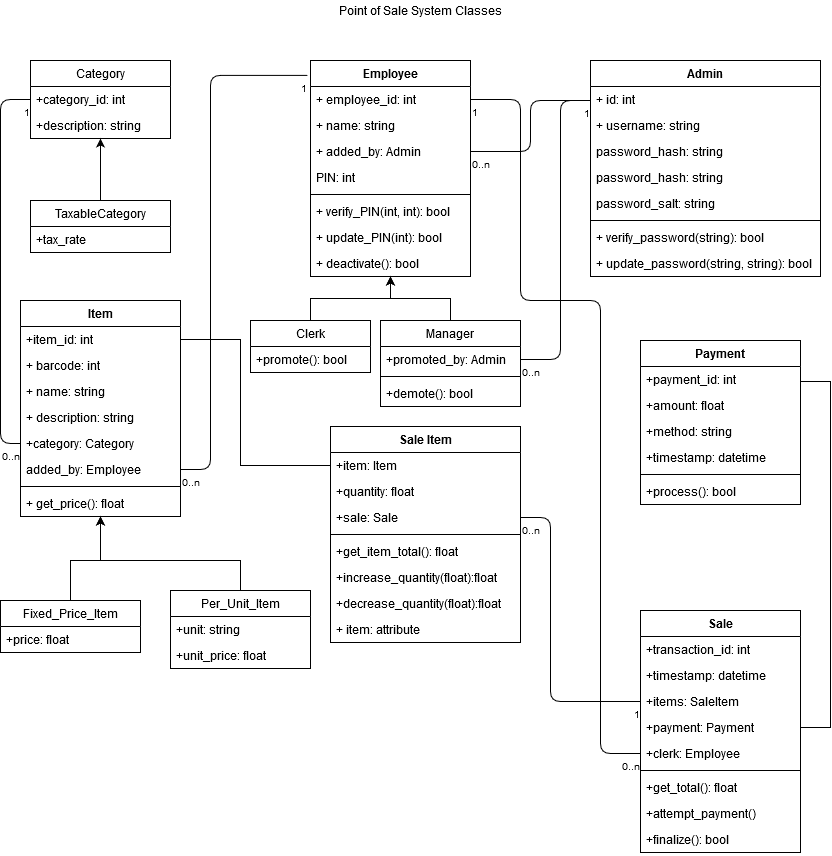
Earlier version of the draw.io export ClassDiagram.png (PJohnson9/SWDV630_POS). Source tidied: cells renumbered, new cells last; positions are measured from the earlier drawing's top-left corner, leaving out a move shared by most shapes.
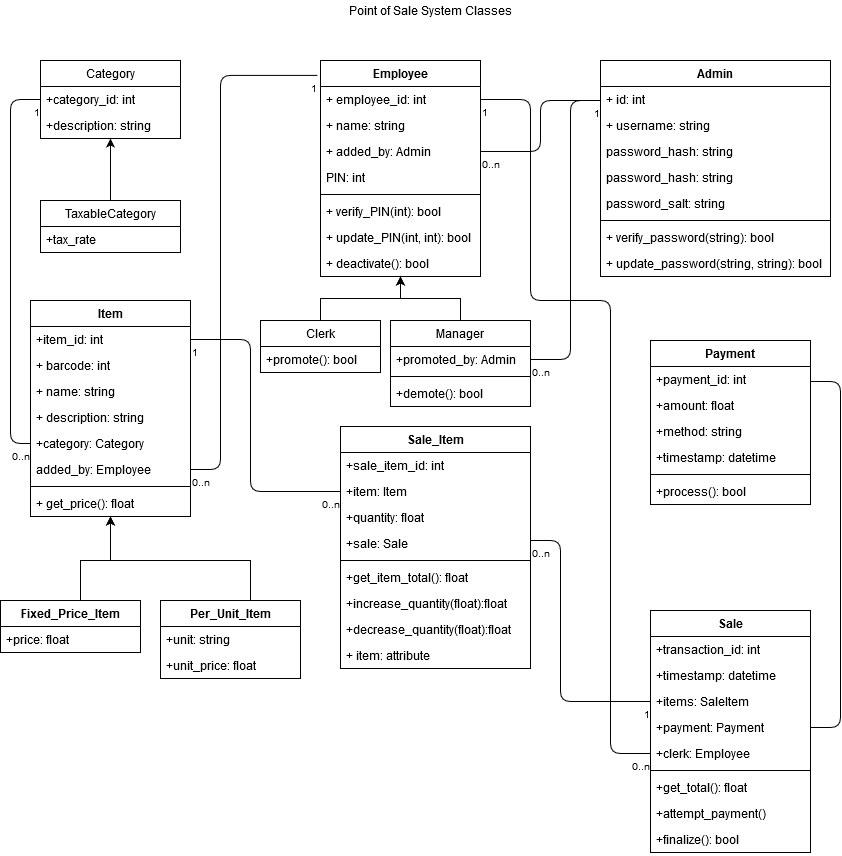
Later version of the same file.

Diff of the diagram source:
```diff
@@ -10,12 +10,12 @@
         </Array>
       </mxGeometry>
     </mxCell>
-    <mxCell id="3" value="0..n" style="html=1;align=left;verticalAlign=top;labelBackgroundColor=#ffffff;fontSize=10;" parent="2" vertex="1">
-      <mxGeometry x="-1" relative="1" as="geometry" />
-    </mxCell>
-    <mxCell id="4" value="1" style="html=1;align=right;verticalAlign=top;labelBackgroundColor=#ffffff;fontSize=10;" parent="2" vertex="1">
-      <mxGeometry x="1" relative="1" as="geometry" />
-    </mxCell>
+    <mxCell id="97" value="0..n" style="html=1;align=left;verticalAlign=top;labelBackgroundColor=#ffffff;fontSize=10;" parent="2" vertex="1">
+      <mxGeometry x="-1" relative="1" as="geometry" />
+    </mxCell>
+    <mxCell id="98" value="1" style="html=1;align=right;verticalAlign=top;labelBackgroundColor=#ffffff;fontSize=10;" parent="2" vertex="1">
+      <mxGeometry x="1" relative="1" as="geometry" />
+    </mxCell>
     <mxCell id="5" style="endArrow=none;html=1;endSize=12;startArrow=none;startSize=14;startFill=0;edgeStyle=orthogonalEdgeStyle;entryX=-0.019;entryY=0.069;entryDx=0;entryDy=0;entryPerimeter=0;endFill=0;" parent="1" edge="1" source="66" target="18">
       <mxGeometry relative="1" as="geometry">
         <Array as="points">
@@ -24,12 +24,12 @@
         </Array>
       </mxGeometry>
     </mxCell>
-    <mxCell id="6" value="0..n" style="html=1;align=left;verticalAlign=top;labelBackgroundColor=#ffffff;fontSize=10;" parent="5" vertex="1">
-      <mxGeometry x="-1" relative="1" as="geometry" />
-    </mxCell>
-    <mxCell id="7" value="1" style="html=1;align=right;verticalAlign=top;labelBackgroundColor=#ffffff;fontSize=10;" parent="5" vertex="1">
-      <mxGeometry x="1" relative="1" as="geometry" />
-    </mxCell>
+    <mxCell id="99" value="0..n" style="html=1;align=left;verticalAlign=top;labelBackgroundColor=#ffffff;fontSize=10;" parent="5" vertex="1">
+      <mxGeometry x="-1" relative="1" as="geometry" />
+    </mxCell>
+    <mxCell id="100" value="1" style="html=1;align=right;verticalAlign=top;labelBackgroundColor=#ffffff;fontSize=10;" parent="5" vertex="1">
+      <mxGeometry x="1" relative="1" as="geometry" />
+    </mxCell>
     <mxCell id="8" value="Point of Sale System Classes" style="text;html=1;strokeColor=none;fillColor=none;align=center;verticalAlign=middle;whiteSpace=wrap;rounded=0;" parent="1" vertex="1">
       <mxGeometry x="10" width="820" height="20" as="geometry" />
     </mxCell>
@@ -75,15 +75,15 @@
     <mxCell id="22" value="PIN: int" style="text;strokeColor=none;fillColor=none;align=left;verticalAlign=top;spacingLeft=4;spacingRight=4;overflow=hidden;" parent="18" vertex="1">
       <mxGeometry y="104" width="160" height="26" as="geometry" />
     </mxCell>
-    <mxCell id="23" style="line;strokeWidth=1;fillColor=none;align=left;verticalAlign=middle;spacingTop=-1;spacingLeft=3;spacingRight=3;labelPosition=right;" parent="18" vertex="1">
-      <mxGeometry y="130" width="160" height="8" as="geometry" />
-    </mxCell>
-    <mxCell id="24" value="+ verify_PIN(int, int): bool" style="text;strokeColor=none;fillColor=none;align=left;verticalAlign=top;spacingLeft=4;spacingRight=4;overflow=hidden;" parent="18" vertex="1">
-      <mxGeometry y="138" width="160" height="26" as="geometry" />
-    </mxCell>
-    <mxCell id="25" value="+ update_PIN(int): bool" style="text;strokeColor=none;fillColor=none;align=left;verticalAlign=top;spacingLeft=4;spacingRight=4;overflow=hidden;" parent="18" vertex="1">
-      <mxGeometry y="164" width="160" height="26" as="geometry" />
-    </mxCell>
+    <mxCell id="101" style="line;strokeWidth=1;fillColor=none;align=left;verticalAlign=middle;spacingTop=-1;spacingLeft=3;spacingRight=3;labelPosition=right;" parent="18" vertex="1">
+      <mxGeometry y="130" width="160" height="8" as="geometry" />
+    </mxCell>
+    <mxCell id="102" value="+ verify_PIN(int): bool" style="text;strokeColor=none;fillColor=none;align=left;verticalAlign=top;spacingLeft=4;spacingRight=4;overflow=hidden;" parent="18" vertex="1">
+      <mxGeometry y="138" width="160" height="26" as="geometry" />
+    </mxCell>
+    <mxCell id="103" value="+ update_PIN(int, int): bool" style="text;strokeColor=none;fillColor=none;align=left;verticalAlign=top;spacingLeft=4;spacingRight=4;overflow=hidden;" parent="18" vertex="1">
+      <mxGeometry y="164" width="160" height="26" as="geometry" />
+    </mxCell>
     <mxCell id="26" value="+ deactivate(): bool" style="text;strokeColor=none;fillColor=none;align=left;verticalAlign=top;spacingLeft=4;spacingRight=4;overflow=hidden;" parent="18" vertex="1">
       <mxGeometry y="190" width="160" height="26" as="geometry" />
     </mxCell>
@@ -98,12 +98,12 @@
         </Array>
       </mxGeometry>
     </mxCell>
-    <mxCell id="29" value="0..n" style="html=1;align=left;verticalAlign=top;labelBackgroundColor=#ffffff;fontSize=10;" parent="28" vertex="1">
-      <mxGeometry x="-1" relative="1" as="geometry" />
-    </mxCell>
-    <mxCell id="30" value="1" style="html=1;align=right;verticalAlign=top;labelBackgroundColor=#ffffff;fontSize=10;" parent="28" vertex="1">
-      <mxGeometry x="1" relative="1" as="geometry" />
-    </mxCell>
+    <mxCell id="104" value="0..n" style="html=1;align=left;verticalAlign=top;labelBackgroundColor=#ffffff;fontSize=10;" parent="28" vertex="1">
+      <mxGeometry x="-1" relative="1" as="geometry" />
+    </mxCell>
+    <mxCell id="105" value="1" style="html=1;align=right;verticalAlign=top;labelBackgroundColor=#ffffff;fontSize=10;" parent="28" vertex="1">
+      <mxGeometry x="1" relative="1" as="geometry" />
+    </mxCell>
     <mxCell id="31" style="edgeStyle=orthogonalEdgeStyle;rounded=0;jettySize=auto;html=1;" parent="1" edge="1" source="69" target="18">
       <mxGeometry relative="1" as="geometry" />
     </mxCell>
@@ -127,12 +127,6 @@
         </Array>
       </mxGeometry>
     </mxCell>
-    <mxCell id="37" value="Fixed_Price_Item" style="swimlane;fontStyle=0;horizontal=1;startSize=26;fillColor=none;" parent="1" vertex="1">
-      <mxGeometry y="600" width="140" height="52" as="geometry" />
-    </mxCell>
-    <mxCell id="38" value="+price: float" style="text;strokeColor=none;fillColor=none;align=left;verticalAlign=top;spacingLeft=4;spacingRight=4;overflow=hidden;" parent="37" vertex="1">
-      <mxGeometry y="26" width="140" height="26" as="geometry" />
-    </mxCell>
     <mxCell id="39" style="edgeStyle=orthogonalEdgeStyle;rounded=0;jettySize=auto;html=1;entryX=0.5;entryY=1;entryDx=0;entryDy=0;" parent="1" edge="1" source="40" target="60">
       <mxGeometry relative="1" as="geometry">
         <Array as="points">
@@ -141,30 +135,21 @@
         </Array>
       </mxGeometry>
     </mxCell>
-    <mxCell id="40" value="Per_Unit_Item" style="swimlane;fontStyle=0;horizontal=1;startSize=26;fillColor=none;" parent="1" vertex="1">
-      <mxGeometry x="170" y="590" width="140" height="78" as="geometry" />
-    </mxCell>
-    <mxCell id="41" value="+unit: string" style="text;strokeColor=none;fillColor=none;align=left;verticalAlign=top;spacingLeft=4;spacingRight=4;overflow=hidden;" parent="40" vertex="1">
-      <mxGeometry y="26" width="140" height="26" as="geometry" />
-    </mxCell>
-    <mxCell id="42" value="+unit_price: float" style="text;strokeColor=none;fillColor=none;align=left;verticalAlign=top;spacingLeft=4;spacingRight=4;overflow=hidden;" parent="40" vertex="1">
-      <mxGeometry y="52" width="140" height="26" as="geometry" />
-    </mxCell>
     <mxCell id="43" style="endArrow=none;html=1;endSize=12;startArrow=none;startSize=14;startFill=0;edgeStyle=orthogonalEdgeStyle;endFill=0;entryX=0;entryY=0.5;entryDx=0;entryDy=0;" parent="1" edge="1" source="51" target="83">
       <mxGeometry relative="1" as="geometry">
         <Array as="points">
-          <mxPoint x="550" y="517" />
+          <mxPoint x="550" y="540" />
           <mxPoint x="550" y="701" />
         </Array>
       </mxGeometry>
     </mxCell>
-    <mxCell id="44" value="0..n" style="html=1;align=left;verticalAlign=top;labelBackgroundColor=#ffffff;fontSize=10;" parent="43" vertex="1">
-      <mxGeometry x="-1" relative="1" as="geometry" />
-    </mxCell>
-    <mxCell id="45" value="1" style="html=1;align=right;verticalAlign=top;labelBackgroundColor=#ffffff;fontSize=10;" parent="43" vertex="1">
-      <mxGeometry x="1" relative="1" as="geometry" />
-    </mxCell>
+    <mxCell id="106" value="0..n" style="html=1;align=left;verticalAlign=top;labelBackgroundColor=#ffffff;fontSize=10;" parent="43" vertex="1">
+      <mxGeometry x="-1" relative="1" as="geometry" />
+    </mxCell>
+    <mxCell id="107" value="1" style="html=1;align=right;verticalAlign=top;labelBackgroundColor=#ffffff;fontSize=10;" parent="43" vertex="1">
+      <mxGeometry x="1" relative="1" as="geometry" />
+    </mxCell>
-    <mxCell id="46" style="edgeStyle=orthogonalEdgeStyle;rounded=0;jettySize=auto;html=1;endArrow=none;endFill=0;entryX=1;entryY=0.25;entryDx=0;entryDy=0;exitX=1;exitY=0.5;exitDx=0;exitDy=0;" parent="1" edge="1" source="84" target="90">
+    <mxCell id="46" style="edgeStyle=orthogonalEdgeStyle;jettySize=auto;html=1;endArrow=none;endFill=0;entryX=1;entryY=0.25;entryDx=0;entryDy=0;exitX=1;exitY=0.5;exitDx=0;exitDy=0;rounded=1;" parent="1" edge="1" source="84" target="90">
       <mxGeometry relative="1" as="geometry">
         <Array as="points">
           <mxPoint x="830" y="727" />
@@ -172,40 +157,35 @@
         </Array>
       </mxGeometry>
     </mxCell>
-    <mxCell id="47" style="edgeStyle=orthogonalEdgeStyle;rounded=0;jettySize=auto;html=1;startArrow=none;startFill=0;endArrow=none;endFill=0;" parent="1" edge="1" source="49" target="61">
-      <mxGeometry relative="1" as="geometry">
-        <Array as="points">
-          <mxPoint x="240" y="465" />
-          <mxPoint x="240" y="339" />
-        </Array>
-      </mxGeometry>
-    </mxCell>
-    <mxCell id="48" value="Sale Item" style="swimlane;fontStyle=1;horizontal=1;startSize=26;fillColor=none;" parent="1" vertex="1">
-      <mxGeometry x="330" y="426" width="190" height="216" as="geometry" />
-    </mxCell>
+    <mxCell id="108" value="Sale_Item" style="swimlane;fontStyle=1;horizontal=1;startSize=26;fillColor=none;" parent="1" vertex="1">
+      <mxGeometry x="330" y="426" width="190" height="242" as="geometry" />
+    </mxCell>
+    <mxCell id="109" value="+sale_item_id: int" style="text;strokeColor=none;fillColor=none;align=left;verticalAlign=top;spacingLeft=4;spacingRight=4;overflow=hidden;" parent="108" vertex="1">
+      <mxGeometry y="26" width="190" height="26" as="geometry" />
+    </mxCell>
-    <mxCell id="49" value="+item: Item" style="text;strokeColor=none;fillColor=none;align=left;verticalAlign=top;spacingLeft=4;spacingRight=4;overflow=hidden;points=[[0,0.5],[1,0.5]];portConstraint=eastwest;" parent="48" vertex="1">
-      <mxGeometry y="26" width="190" height="26" as="geometry" />
+    <mxCell id="49" value="+item: Item" style="text;strokeColor=none;fillColor=none;align=left;verticalAlign=top;spacingLeft=4;spacingRight=4;overflow=hidden;points=[[0,0.5],[1,0.5]];portConstraint=eastwest;" parent="108" vertex="1">
+      <mxGeometry y="52" width="190" height="26" as="geometry" />
     </mxCell>
-    <mxCell id="50" value="+quantity: float" style="text;strokeColor=none;fillColor=none;align=left;verticalAlign=top;spacingLeft=4;spacingRight=4;overflow=hidden;" parent="48" vertex="1">
-      <mxGeometry y="52" width="190" height="26" as="geometry" />
+    <mxCell id="50" value="+quantity: float" style="text;strokeColor=none;fillColor=none;align=left;verticalAlign=top;spacingLeft=4;spacingRight=4;overflow=hidden;" parent="108" vertex="1">
+      <mxGeometry y="78" width="190" height="26" as="geometry" />
     </mxCell>
-    <mxCell id="51" value="+sale: Sale" style="text;strokeColor=none;fillColor=none;align=left;verticalAlign=top;spacingLeft=4;spacingRight=4;overflow=hidden;points=[[0,0.5],[1,0.5]];portConstraint=eastwest;" parent="48" vertex="1">
-      <mxGeometry y="78" width="190" height="26" as="geometry" />
+    <mxCell id="51" value="+sale: Sale" style="text;strokeColor=none;fillColor=none;align=left;verticalAlign=top;spacingLeft=4;spacingRight=4;overflow=hidden;points=[[0,0.5],[1,0.5]];portConstraint=eastwest;" parent="108" vertex="1">
+      <mxGeometry y="104" width="190" height="26" as="geometry" />
     </mxCell>
-    <mxCell id="52" style="line;strokeWidth=1;fillColor=none;align=left;verticalAlign=middle;spacingTop=-1;spacingLeft=3;spacingRight=3;labelPosition=right;" parent="48" vertex="1">
-      <mxGeometry y="104" width="190" height="8" as="geometry" />
-    </mxCell>
+    <mxCell id="110" style="line;strokeWidth=1;fillColor=none;align=left;verticalAlign=middle;spacingTop=-1;spacingLeft=3;spacingRight=3;labelPosition=right;" parent="108" vertex="1">
+      <mxGeometry y="130" width="190" height="8" as="geometry" />
+    </mxCell>
-    <mxCell id="53" value="+get_item_total(): float" style="text;strokeColor=none;fillColor=none;align=left;verticalAlign=top;spacingLeft=4;spacingRight=4;overflow=hidden;" parent="48" vertex="1">
-      <mxGeometry y="112" width="190" height="26" as="geometry" />
+    <mxCell id="53" value="+get_item_total(): float" style="text;strokeColor=none;fillColor=none;align=left;verticalAlign=top;spacingLeft=4;spacingRight=4;overflow=hidden;" parent="108" vertex="1">
+      <mxGeometry y="138" width="190" height="26" as="geometry" />
     </mxCell>
-    <mxCell id="54" value="+increase_quantity(float):float&#10;" style="text;strokeColor=none;fillColor=none;align=left;verticalAlign=top;spacingLeft=4;spacingRight=4;overflow=hidden;" parent="48" vertex="1">
-      <mxGeometry y="138" width="190" height="26" as="geometry" />
+    <mxCell id="54" value="+increase_quantity(float):float&#10;" style="text;strokeColor=none;fillColor=none;align=left;verticalAlign=top;spacingLeft=4;spacingRight=4;overflow=hidden;" parent="108" vertex="1">
+      <mxGeometry y="164" width="190" height="26" as="geometry" />
     </mxCell>
-    <mxCell id="55" value="+decrease_quantity(float):float&#10;" style="text;strokeColor=none;fillColor=none;align=left;verticalAlign=top;spacingLeft=4;spacingRight=4;overflow=hidden;" parent="48" vertex="1">
-      <mxGeometry y="164" width="190" height="26" as="geometry" />
+    <mxCell id="55" value="+decrease_quantity(float):float&#10;" style="text;strokeColor=none;fillColor=none;align=left;verticalAlign=top;spacingLeft=4;spacingRight=4;overflow=hidden;" parent="108" vertex="1">
+      <mxGeometry y="190" width="190" height="26" as="geometry" />
     </mxCell>
-    <mxCell id="56" value="+ item: attribute" style="text;strokeColor=none;fillColor=none;align=left;verticalAlign=top;spacingLeft=4;spacingRight=4;overflow=hidden;" parent="48" vertex="1">
-      <mxGeometry y="190" width="190" height="26" as="geometry" />
+    <mxCell id="56" value="+ item: attribute" style="text;strokeColor=none;fillColor=none;align=left;verticalAlign=top;spacingLeft=4;spacingRight=4;overflow=hidden;" parent="108" vertex="1">
+      <mxGeometry y="216" width="190" height="26" as="geometry" />
     </mxCell>
     <mxCell id="57" style="endArrow=none;html=1;endSize=12;startArrow=none;startSize=14;startFill=0;edgeStyle=orthogonalEdgeStyle;exitX=1;exitY=0.5;exitDx=0;exitDy=0;endFill=0;entryX=0;entryY=0.5;entryDx=0;entryDy=0;" parent="1" edge="1" source="19" target="85">
       <mxGeometry relative="1" as="geometry">
@@ -217,9 +197,9 @@
         </Array>
       </mxGeometry>
     </mxCell>
-    <mxCell id="58" value="1" style="html=1;align=left;verticalAlign=top;labelBackgroundColor=#ffffff;fontSize=10;" parent="57" vertex="1">
-      <mxGeometry x="-1" relative="1" as="geometry" />
-    </mxCell>
+    <mxCell id="111" value="1" style="html=1;align=left;verticalAlign=top;labelBackgroundColor=#ffffff;fontSize=10;" parent="57" vertex="1">
+      <mxGeometry x="-1" relative="1" as="geometry" />
+    </mxCell>
     <mxCell id="59" value="&lt;div&gt;0..n&lt;/div&gt;" style="html=1;align=right;verticalAlign=top;labelBackgroundColor=#ffffff;fontSize=10;" parent="57" vertex="1">
       <mxGeometry x="1" relative="1" as="geometry" />
     </mxCell>
@@ -282,12 +262,12 @@
         </Array>
       </mxGeometry>
     </mxCell>
-    <mxCell id="78" value="0..n" style="html=1;align=right;verticalAlign=top;labelBackgroundColor=#ffffff;fontSize=10;" parent="77" vertex="1">
-      <mxGeometry x="-1" relative="1" as="geometry" />
-    </mxCell>
-    <mxCell id="79" value="1" style="html=1;align=right;verticalAlign=top;labelBackgroundColor=#ffffff;fontSize=10;" parent="77" vertex="1">
-      <mxGeometry x="1" relative="1" as="geometry" />
-    </mxCell>
+    <mxCell id="112" value="0..n" style="html=1;align=right;verticalAlign=top;labelBackgroundColor=#ffffff;fontSize=10;" parent="77" vertex="1">
+      <mxGeometry x="-1" relative="1" as="geometry" />
+    </mxCell>
+    <mxCell id="113" value="1" style="html=1;align=right;verticalAlign=top;labelBackgroundColor=#ffffff;fontSize=10;" parent="77" vertex="1">
+      <mxGeometry x="1" relative="1" as="geometry" />
+    </mxCell>
     <mxCell id="80" value="Sale" style="swimlane;fontStyle=1;align=center;verticalAlign=top;horizontal=1;startSize=26;" parent="1" vertex="1">
       <mxGeometry x="640" y="610" width="160" height="242" as="geometry" />
     </mxCell>
@@ -333,11 +313,40 @@
     <mxCell id="94" value="+timestamp: datetime" style="text;strokeColor=none;fillColor=none;align=left;verticalAlign=top;spacingLeft=4;spacingRight=4;overflow=hidden;" parent="90" vertex="1">
       <mxGeometry y="104" width="160" height="26" as="geometry" />
     </mxCell>
-    <mxCell id="95" style="line;strokeWidth=1;fillColor=none;align=left;verticalAlign=middle;spacingTop=-1;spacingLeft=3;spacingRight=3;labelPosition=right;" parent="90" vertex="1">
-      <mxGeometry y="130" width="160" height="8" as="geometry" />
-    </mxCell>
+    <mxCell id="114" style="line;strokeWidth=1;fillColor=none;align=left;verticalAlign=middle;spacingTop=-1;spacingLeft=3;spacingRight=3;labelPosition=right;" parent="90" vertex="1">
+      <mxGeometry y="130" width="160" height="8" as="geometry" />
+    </mxCell>
     <mxCell id="96" value="+process(): bool" style="text;strokeColor=none;fillColor=none;align=left;verticalAlign=top;spacingLeft=4;spacingRight=4;overflow=hidden;" parent="90" vertex="1">
       <mxGeometry y="138" width="160" height="26" as="geometry" />
     </mxCell>
+    <mxCell id="47" style="endArrow=none;html=1;endSize=12;startArrow=none;startSize=14;startFill=0;edgeStyle=orthogonalEdgeStyle;entryX=1;entryY=0.5;entryDx=0;entryDy=0;endFill=0;" parent="1" edge="1" source="49" target="61">
+      <mxGeometry relative="1" as="geometry">
+        <Array as="points">
+          <mxPoint x="240" y="491" />
+          <mxPoint x="240" y="339" />
+        </Array>
+      </mxGeometry>
+    </mxCell>
+    <mxCell id="115" value="0..n" style="html=1;align=right;verticalAlign=top;labelBackgroundColor=#ffffff;fontSize=10;" parent="47" vertex="1">
+      <mxGeometry x="-1" relative="1" as="geometry" />
+    </mxCell>
+    <mxCell id="116" value="1" style="html=1;align=left;verticalAlign=top;labelBackgroundColor=#ffffff;fontSize=10;" parent="47" vertex="1">
+      <mxGeometry x="1" relative="1" as="geometry" />
+    </mxCell>
+    <mxCell id="40" value="Per_Unit_Item" style="swimlane;fontStyle=1;horizontal=1;startSize=26;fillColor=none;" parent="1" vertex="1">
+      <mxGeometry x="150" y="600" width="140" height="78" as="geometry" />
+    </mxCell>
+    <mxCell id="41" value="+unit: string" style="text;strokeColor=none;fillColor=none;align=left;verticalAlign=top;spacingLeft=4;spacingRight=4;overflow=hidden;" parent="40" vertex="1">
+      <mxGeometry y="26" width="140" height="26" as="geometry" />
+    </mxCell>
+    <mxCell id="42" value="+unit_price: float" style="text;strokeColor=none;fillColor=none;align=left;verticalAlign=top;spacingLeft=4;spacingRight=4;overflow=hidden;" parent="40" vertex="1">
+      <mxGeometry y="52" width="140" height="26" as="geometry" />
+    </mxCell>
+    <mxCell id="37" value="Fixed_Price_Item" style="swimlane;fontStyle=1;horizontal=1;startSize=26;fillColor=none;" parent="1" vertex="1">
+      <mxGeometry x="-10" y="600" width="140" height="52" as="geometry" />
+    </mxCell>
+    <mxCell id="38" value="+price: float" style="text;strokeColor=none;fillColor=none;align=left;verticalAlign=top;spacingLeft=4;spacingRight=4;overflow=hidden;" parent="37" vertex="1">
+      <mxGeometry y="26" width="140" height="26" as="geometry" />
+    </mxCell>
   </root>
 </mxGraphModel>
```
